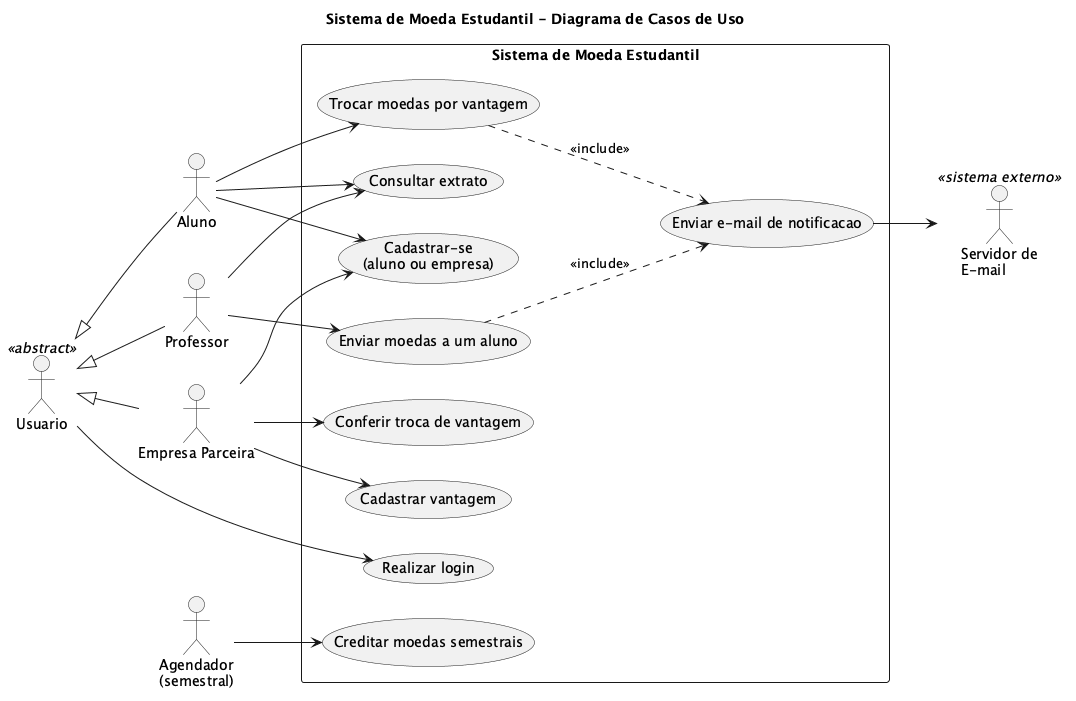
The PlantUML diagram diagramas/img/casos-de-uso.png in fillmello/lab03_rounds, before a commit.
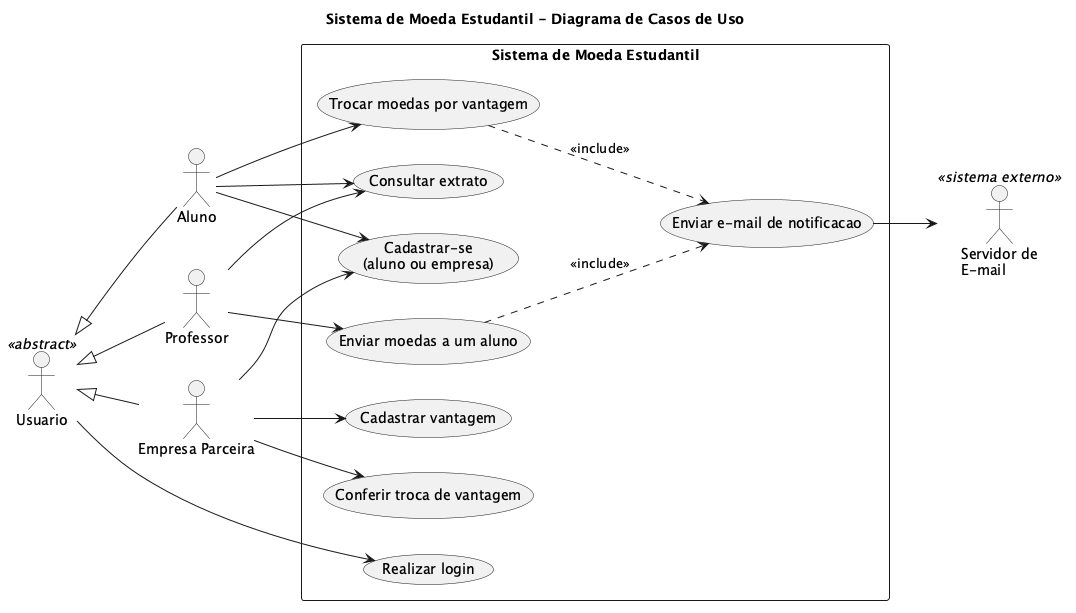
Later version of the same file.

The edit, as a diff of the source:
```diff
@@ -8,7 +8,6 @@
 actor Aluno
 actor Professor
 actor "Empresa Parceira" as Empresa
-actor "Agendador\n(semestral)" as Agendador
 actor "Servidor de\nE-mail" as Email <<sistema externo>>
 
 rectangle "Sistema de Moeda Estudantil" {
@@ -19,7 +18,6 @@
   usecase "Trocar moedas por vantagem" as UC05
   usecase "Cadastrar vantagem" as UC06
   usecase "Conferir troca de vantagem" as UC07
-  usecase "Creditar moedas semestrais" as UC08
   usecase "Enviar e-mail de notificacao" as UC09
 }
 
@@ -39,7 +37,6 @@
 Usuario <|-- Professor
 Usuario <|-- Empresa
 
-Agendador --> UC08
 UC09 --> Email
 
 UC03 ..> UC09 : <<include>>
```
